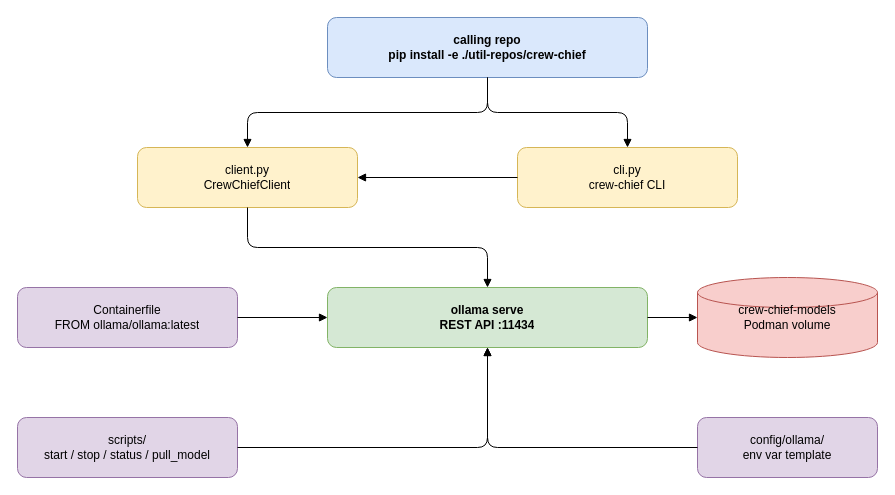
Before: docs/diagrams/repo-architecture.drawio in casonk/crew-chief, a draw.io diagram. Source tidied: cells renumbered, new cells numbered last; positions are measured from the earlier drawing's top-left corner, leaving out a move shared by most shapes. Both pictures are drawn from the tidied source at 100%, with x=0, y=0 at pixel (17, 17).
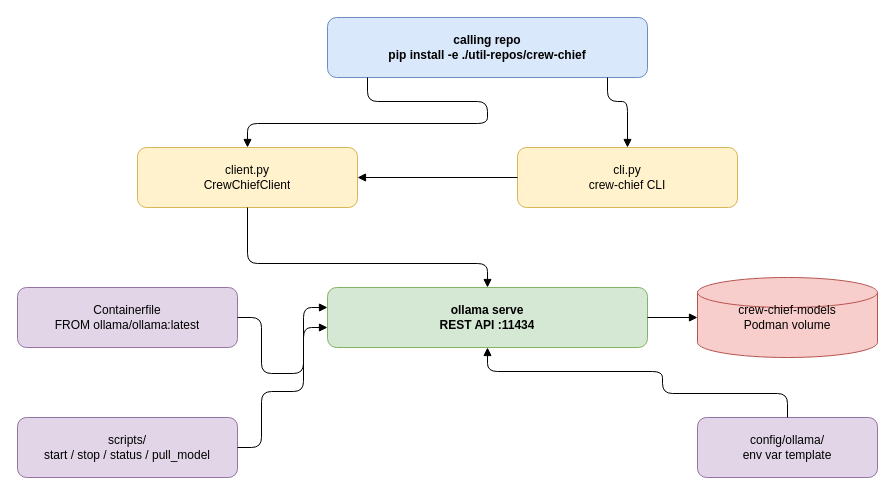
The same page after the edit.

Unchanged cells that the change refers to:
```xml
<mxCell id="2" value="calling repo&#10;pip install -e ./util-repos/crew-chief" style="rounded=1;whiteSpace=wrap;html=1;overflow=hidden;fillColor=#dae8fc;strokeColor=#6c8ebf;fontStyle=1;" parent="1" vertex="1">
  <mxGeometry x="310" width="320" height="60" as="geometry" />
</mxCell>
<mxCell id="3" value="client.py&#10;CrewChiefClient" style="rounded=1;whiteSpace=wrap;html=1;overflow=hidden;fillColor=#fff2cc;strokeColor=#d6b656;" parent="1" vertex="1">
  <mxGeometry x="120" y="130" width="220" height="60" as="geometry" />
</mxCell>
<mxCell id="4" value="cli.py&#10;crew-chief CLI" style="rounded=1;whiteSpace=wrap;html=1;overflow=hidden;fillColor=#fff2cc;strokeColor=#d6b656;" parent="1" vertex="1">
  <mxGeometry x="500" y="130" width="220" height="60" as="geometry" />
</mxCell>
<mxCell id="5" value="ollama serve&#10;REST API :11434" style="rounded=1;whiteSpace=wrap;html=1;overflow=hidden;fillColor=#d5e8d4;strokeColor=#82b366;fontStyle=1;" parent="1" vertex="1">
  <mxGeometry x="310" y="270" width="320" height="60" as="geometry" />
</mxCell>
<mxCell id="6" value="crew-chief-models&#10;Podman volume" style="shape=cylinder3;whiteSpace=wrap;html=1;overflow=hidden;fillColor=#f8cecc;strokeColor=#b85450;" parent="1" vertex="1">
  <mxGeometry x="680" y="260" width="180" height="80" as="geometry" />
</mxCell>
<mxCell id="7" value="Containerfile&#10;FROM ollama/ollama:latest" style="rounded=1;whiteSpace=wrap;html=1;overflow=hidden;fillColor=#e1d5e7;strokeColor=#9673a6;" parent="1" vertex="1">
  <mxGeometry y="270" width="220" height="60" as="geometry" />
</mxCell>
<mxCell id="8" value="scripts/&#10;start / stop / status / pull_model" style="rounded=1;whiteSpace=wrap;html=1;overflow=hidden;fillColor=#e1d5e7;strokeColor=#9673a6;" parent="1" vertex="1">
  <mxGeometry y="400" width="220" height="60" as="geometry" />
</mxCell>
<mxCell id="9" value="config/ollama/&#10;env var template" style="rounded=1;whiteSpace=wrap;html=1;overflow=hidden;fillColor=#e1d5e7;strokeColor=#9673a6;" parent="1" vertex="1">
  <mxGeometry x="680" y="400" width="180" height="60" as="geometry" />
</mxCell>
```

What changed in the source:
```diff
@@
-    <mxCell id="10" style="edgeStyle=orthogonalEdgeStyle;html=1;endArrow=block;endFill=1;" parent="1" edge="1" source="2" target="3">
-      <mxGeometry relative="1" as="geometry" />
+    <mxCell id="10" style="edgeStyle=orthogonalEdgeStyle;html=1;endArrow=block;endFill=1;jumpStyle=arc;jumpSize=10;" parent="1" edge="1" source="2" target="3">
+      <mxGeometry relative="1" as="geometry">
+        <Array as="points">
+          <mxPoint x="350" y="84" />
+          <mxPoint x="470" y="84" />
+          <mxPoint x="470" y="106" />
+          <mxPoint x="230" y="106" />
+        </Array>
+      </mxGeometry>
     </mxCell>
-    <mxCell id="11" style="edgeStyle=orthogonalEdgeStyle;html=1;endArrow=block;endFill=1;" parent="1" edge="1" source="2" target="4">
-      <mxGeometry relative="1" as="geometry" />
+    <mxCell id="11" style="edgeStyle=orthogonalEdgeStyle;html=1;endArrow=block;endFill=1;jumpStyle=arc;jumpSize=10;" parent="1" edge="1" source="2" target="4">
+      <mxGeometry relative="1" as="geometry">
+        <Array as="points">
+          <mxPoint x="590" y="84" />
+          <mxPoint x="610" y="84" />
+          <mxPoint x="610" y="106" />
+        </Array>
+      </mxGeometry>
     </mxCell>
-    <mxCell id="12" style="edgeStyle=orthogonalEdgeStyle;html=1;endArrow=block;endFill=1;" parent="1" edge="1" source="4" target="3">
-      <mxGeometry relative="1" as="geometry" />
+    <mxCell id="12" style="edgeStyle=orthogonalEdgeStyle;html=1;endArrow=block;endFill=1;jumpStyle=arc;jumpSize=10;" parent="1" edge="1" source="4" target="3">
+      <mxGeometry relative="1" as="geometry">
+        <Array as="points">
+          <mxPoint x="476" y="160" />
+          <mxPoint x="364" y="160" />
+        </Array>
+      </mxGeometry>
     </mxCell>
-    <mxCell id="13" style="edgeStyle=orthogonalEdgeStyle;html=1;endArrow=block;endFill=1;" parent="1" edge="1" source="3" target="5">
-      <mxGeometry relative="1" as="geometry" />
+    <mxCell id="13" style="edgeStyle=orthogonalEdgeStyle;html=1;endArrow=block;endFill=1;jumpStyle=arc;jumpSize=10;" parent="1" edge="1" source="3" target="5">
+      <mxGeometry relative="1" as="geometry">
+        <Array as="points">
+          <mxPoint x="230" y="214" />
+          <mxPoint x="230" y="246" />
+          <mxPoint x="470" y="246" />
+        </Array>
+      </mxGeometry>
     </mxCell>
-    <mxCell id="14" style="edgeStyle=orthogonalEdgeStyle;html=1;endArrow=block;endFill=1;" parent="1" edge="1" source="5" target="6">
-      <mxGeometry relative="1" as="geometry" />
+    <mxCell id="14" style="edgeStyle=orthogonalEdgeStyle;html=1;endArrow=block;endFill=1;jumpStyle=arc;jumpSize=10;" parent="1" edge="1" source="5" target="6">
+      <mxGeometry relative="1" as="geometry">
+        <Array as="points">
+          <mxPoint x="654" y="300" />
+          <mxPoint x="656" y="300" />
+        </Array>
+      </mxGeometry>
     </mxCell>
-    <mxCell id="15" style="edgeStyle=orthogonalEdgeStyle;html=1;endArrow=block;endFill=1;" parent="1" edge="1" source="7" target="5">
-      <mxGeometry relative="1" as="geometry" />
+    <mxCell id="15" style="edgeStyle=orthogonalEdgeStyle;html=1;endArrow=block;endFill=1;jumpStyle=arc;jumpSize=10;" parent="1" edge="1" source="7" target="5">
+      <mxGeometry relative="1" as="geometry">
+        <Array as="points">
+          <mxPoint x="244" y="300" />
+          <mxPoint x="244" y="356" />
+          <mxPoint x="286" y="356" />
+          <mxPoint x="286" y="310" />
+        </Array>
+      </mxGeometry>
     </mxCell>
-    <mxCell id="16" style="edgeStyle=orthogonalEdgeStyle;html=1;endArrow=block;endFill=1;" parent="1" edge="1" source="8" target="5">
-      <mxGeometry relative="1" as="geometry" />
+    <mxCell id="16" style="edgeStyle=orthogonalEdgeStyle;html=1;endArrow=block;endFill=1;jumpStyle=arc;jumpSize=10;" parent="1" edge="1" source="8" target="5">
+      <mxGeometry relative="1" as="geometry">
+        <Array as="points">
+          <mxPoint x="244" y="430" />
+          <mxPoint x="244" y="374" />
+          <mxPoint x="286" y="374" />
+          <mxPoint x="286" y="290" />
+        </Array>
+      </mxGeometry>
     </mxCell>
-    <mxCell id="17" style="edgeStyle=orthogonalEdgeStyle;html=1;endArrow=block;endFill=1;" parent="1" edge="1" source="9" target="5">
-      <mxGeometry relative="1" as="geometry" />
+    <mxCell id="17" style="edgeStyle=orthogonalEdgeStyle;html=1;endArrow=block;endFill=1;jumpStyle=arc;jumpSize=10;" parent="1" edge="1" source="9" target="5">
+      <mxGeometry relative="1" as="geometry">
+        <Array as="points">
+          <mxPoint x="770" y="376" />
+          <mxPoint x="645" y="376" />
+          <mxPoint x="645" y="354" />
+          <mxPoint x="470" y="354" />
+        </Array>
+      </mxGeometry>
     </mxCell>
```
